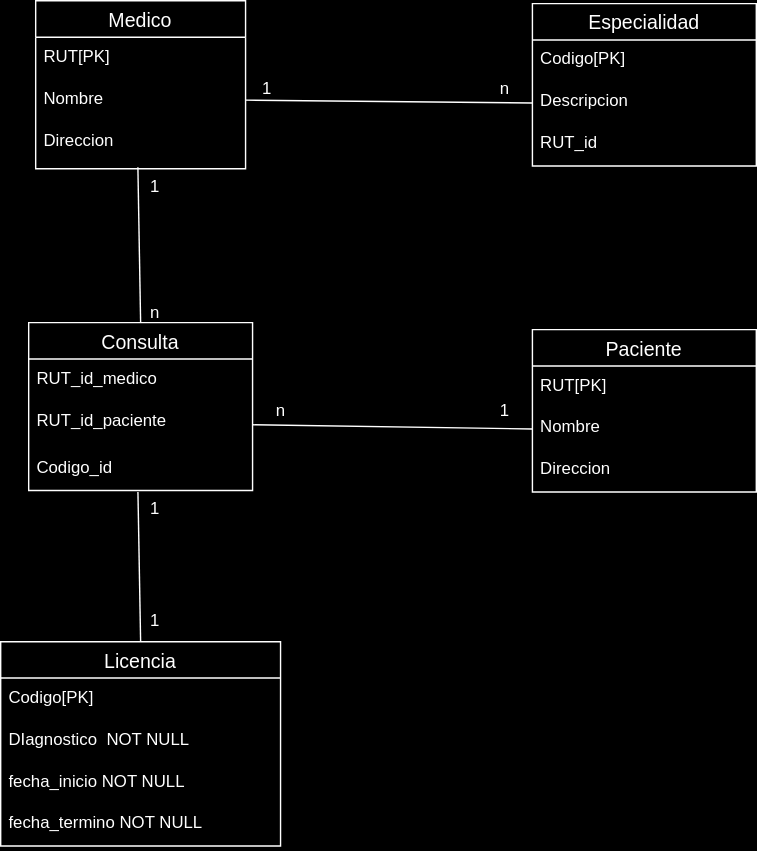
Earlier version of the draw.io export Diagrama desafio evaluado 12.drawio.svg (Izth4rDev/diagramas). Source tidied: cells renumbered, new cells last; positions are measured from the earlier drawing's top-left corner, leaving out a move shared by most shapes.
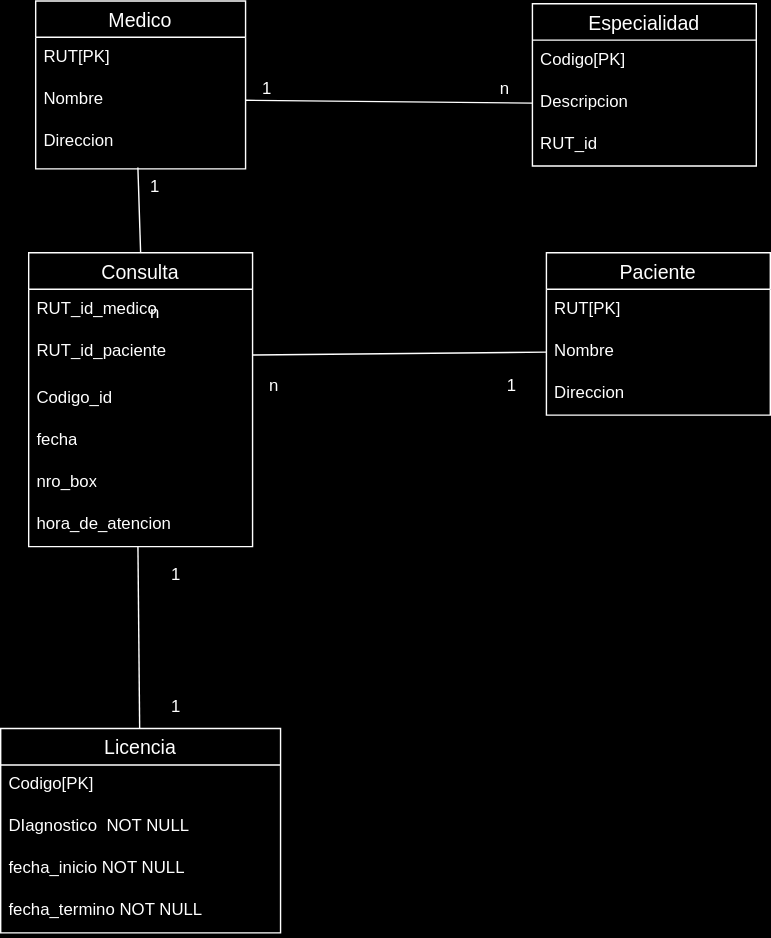
After the change.

The edit, as a diff of the source:
```diff
@@ -27,7 +27,7 @@
       <mxGeometry y="86" width="160" height="30" as="geometry" />
     </mxCell>
     <mxCell id="10" value="Consulta" style="swimlane;fontStyle=0;horizontal=1;startSize=26;align=center;fontSize=14;" parent="1" vertex="1">
-      <mxGeometry x="20" y="230" width="160" height="120" as="geometry" />
+      <mxGeometry x="20" y="180" width="160" height="210" as="geometry" />
     </mxCell>
     <mxCell id="11" value="RUT_id_medico" style="text;strokeColor=none;fillColor=none;spacingLeft=4;spacingRight=4;overflow=hidden;fontSize=12;whiteSpace=wrap;html=1;" parent="10" vertex="1">
       <mxGeometry y="26" width="160" height="30" as="geometry" />
@@ -38,8 +38,17 @@
     <mxCell id="13" value="Codigo_id" style="text;strokeColor=none;fillColor=none;spacingLeft=4;spacingRight=4;overflow=hidden;points=[[0,0.5],[1,0.5]];portConstraint=eastwest;fontSize=12;whiteSpace=wrap;html=1;" parent="10" vertex="1">
       <mxGeometry y="90" width="160" height="30" as="geometry" />
     </mxCell>
+    <mxCell id="35" value="fecha" style="text;strokeColor=none;fillColor=none;spacingLeft=4;spacingRight=4;overflow=hidden;fontSize=12;whiteSpace=wrap;html=1;" parent="10" vertex="1">
+      <mxGeometry y="120" width="160" height="30" as="geometry" />
+    </mxCell>
+    <mxCell id="36" value="nro_box" style="text;strokeColor=none;fillColor=none;spacingLeft=4;spacingRight=4;overflow=hidden;fontSize=12;whiteSpace=wrap;html=1;" parent="10" vertex="1">
+      <mxGeometry y="150" width="160" height="30" as="geometry" />
+    </mxCell>
+    <mxCell id="37" value="hora_de_atencion" style="text;strokeColor=none;fillColor=none;spacingLeft=4;spacingRight=4;overflow=hidden;points=[[0,0.5],[1,0.5]];portConstraint=eastwest;fontSize=12;whiteSpace=wrap;html=1;" parent="10" vertex="1">
+      <mxGeometry y="180" width="160" height="30" as="geometry" />
+    </mxCell>
     <mxCell id="14" value="Paciente" style="swimlane;fontStyle=0;horizontal=1;startSize=26;align=center;fontSize=14;" parent="1" vertex="1">
-      <mxGeometry x="380" y="235" width="160" height="116" as="geometry" />
+      <mxGeometry x="390" y="180" width="160" height="116" as="geometry" />
     </mxCell>
     <mxCell id="15" value="RUT[PK]" style="text;strokeColor=none;fillColor=none;spacingLeft=4;spacingRight=4;overflow=hidden;fontSize=12;whiteSpace=wrap;html=1;" parent="14" vertex="1">
       <mxGeometry y="26" width="160" height="30" as="geometry" />
@@ -51,7 +60,7 @@
       <mxGeometry y="86" width="160" height="30" as="geometry" />
     </mxCell>
     <mxCell id="18" value="Licencia" style="swimlane;fontStyle=0;horizontal=1;startSize=26;align=center;fontSize=14;" parent="1" vertex="1">
-      <mxGeometry y="458" width="200" height="146" as="geometry" />
+      <mxGeometry y="520" width="200" height="146" as="geometry" />
     </mxCell>
     <mxCell id="19" value="Codigo[PK]" style="text;strokeColor=none;fillColor=none;spacingLeft=4;spacingRight=4;overflow=hidden;fontSize=12;whiteSpace=wrap;html=1;" parent="18" vertex="1">
       <mxGeometry y="26" width="200" height="30" as="geometry" />
@@ -74,14 +83,8 @@
     <mxCell id="25" style="endArrow=none;html=1;rounded=0;exitX=1;exitY=0.5;exitDx=0;exitDy=0;entryX=0;entryY=0.5;entryDx=0;entryDy=0;" parent="1" edge="1" source="12" target="16">
       <mxGeometry relative="1" as="geometry" />
     </mxCell>
-    <mxCell id="26" style="endArrow=none;html=1;rounded=0;entryX=0.488;entryY=1.033;entryDx=0;entryDy=0;entryPerimeter=0;exitX=0.5;exitY=0;exitDx=0;exitDy=0;" parent="1" edge="1" source="18" target="13">
-      <mxGeometry relative="1" as="geometry" />
-    </mxCell>
-    <mxCell id="27" value="1" style="text;html=1;align=center;verticalAlign=middle;strokeColor=none;fillColor=none;" parent="1" vertex="1">
-      <mxGeometry x="95" y="348" width="30" height="30" as="geometry" />
-    </mxCell>
     <mxCell id="28" value="1" style="text;html=1;align=center;verticalAlign=middle;strokeColor=none;fillColor=none;" parent="1" vertex="1">
-      <mxGeometry x="95" y="428" width="30" height="30" as="geometry" />
+      <mxGeometry x="110" y="490" width="30" height="30" as="geometry" />
     </mxCell>
     <mxCell id="29" value="1" style="text;html=1;align=center;verticalAlign=middle;strokeColor=none;fillColor=none;" parent="1" vertex="1">
       <mxGeometry x="95" y="118" width="30" height="30" as="geometry" />
@@ -90,10 +93,10 @@
       <mxGeometry x="95" y="208" width="30" height="30" as="geometry" />
     </mxCell>
     <mxCell id="31" value="n" style="text;html=1;align=center;verticalAlign=middle;strokeColor=none;fillColor=none;" parent="1" vertex="1">
-      <mxGeometry x="185" y="278" width="30" height="30" as="geometry" />
+      <mxGeometry x="180" y="260" width="30" height="30" as="geometry" />
     </mxCell>
     <mxCell id="32" value="1" style="text;html=1;align=center;verticalAlign=middle;strokeColor=none;fillColor=none;" parent="1" vertex="1">
-      <mxGeometry x="345" y="278" width="30" height="30" as="geometry" />
+      <mxGeometry x="350" y="260" width="30" height="30" as="geometry" />
     </mxCell>
     <mxCell id="33" value="1" style="text;html=1;align=center;verticalAlign=middle;strokeColor=none;fillColor=none;" parent="1" vertex="1">
       <mxGeometry x="175" y="48" width="30" height="30" as="geometry" />
@@ -101,5 +104,11 @@
     <mxCell id="34" value="n" style="text;html=1;align=center;verticalAlign=middle;strokeColor=none;fillColor=none;" parent="1" vertex="1">
       <mxGeometry x="345" y="48" width="30" height="30" as="geometry" />
     </mxCell>
+    <mxCell id="38" style="endArrow=none;html=1;rounded=0;entryX=0.488;entryY=1;entryDx=0;entryDy=0;entryPerimeter=0;" parent="1" edge="1" source="18" target="37">
+      <mxGeometry relative="1" as="geometry" />
+    </mxCell>
+    <mxCell id="27" value="1" style="text;html=1;align=center;verticalAlign=middle;strokeColor=none;fillColor=none;" parent="1" vertex="1">
+      <mxGeometry x="110" y="395" width="30" height="30" as="geometry" />
+    </mxCell>
   </root>
 </mxGraphModel>
```
